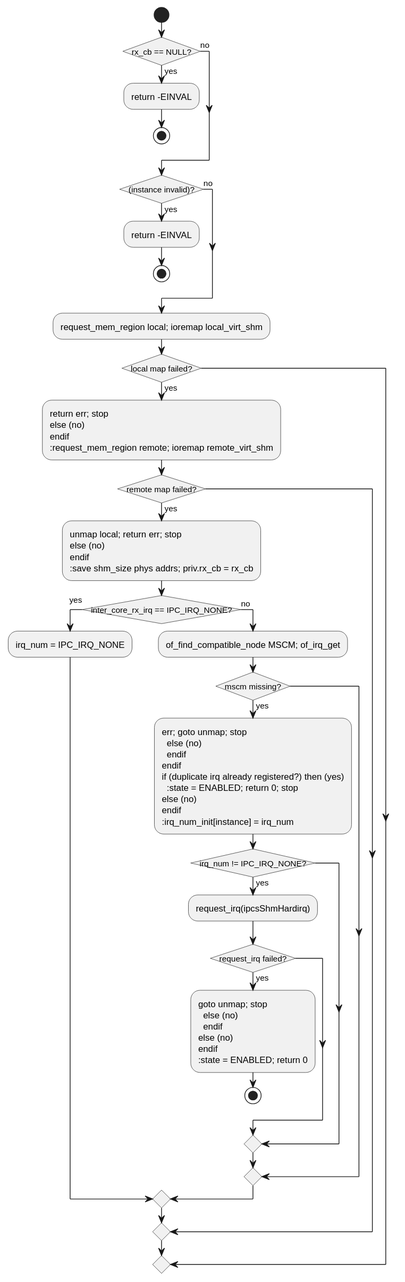
Earlier version of the PlantUML export c1_sdd_linux-ipcs/cursor_tmp/flow_svgs/linux_6_3_3_ipcsOsInit.svg (Mastang1/sad_sdd_proj).
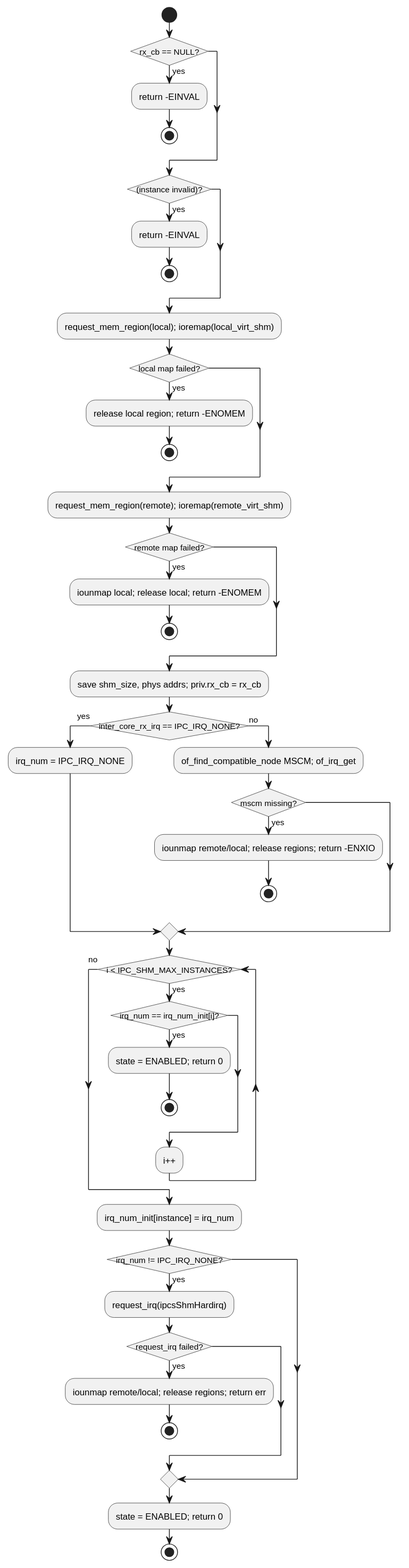
The same diagram one commit later.

Diff of the diagram source:
```diff
@@ -6,45 +6,45 @@
 if (rx_cb == NULL?) then (yes)
   :return -EINVAL;
   stop
-else (no)
 endif
 if ((instance invalid)?) then (yes)
   :return -EINVAL;
   stop
-else (no)
 endif
-:request_mem_region local; ioremap local_virt_shm;
+:request_mem_region(local); ioremap(local_virt_shm);
 if (local map failed?) then (yes)
-  :return err; stop
-else (no)
+  :release local region; return -ENOMEM;
+  stop
 endif
-:request_mem_region remote; ioremap remote_virt_shm;
+:request_mem_region(remote); ioremap(remote_virt_shm);
 if (remote map failed?) then (yes)
-  :unmap local; return err; stop
-else (no)
+  :iounmap local; release local; return -ENOMEM;
+  stop
 endif
-:save shm_size phys addrs; priv.rx_cb = rx_cb;
+:save shm_size, phys addrs; priv.rx_cb = rx_cb;
 if (inter_core_rx_irq == IPC_IRQ_NONE?) then (yes)
   :irq_num = IPC_IRQ_NONE;
 else (no)
   :of_find_compatible_node MSCM; of_irq_get;
   if (mscm missing?) then (yes)
-    :err; goto unmap; stop
-  else (no)
+    :iounmap remote/local; release regions; return -ENXIO;
+    stop
   endif
 endif
-if (duplicate irq already registered?) then (yes)
-  :state = ENABLED; return 0; stop
-else (no)
-endif
+while (i < IPC_SHM_MAX_INSTANCES?) is (yes)
+  if (irq_num == irq_num_init[i]?) then (yes)
+    :state = ENABLED; return 0;
+    stop
+  endif
+  :i++;
+endwhile (no)
 :irq_num_init[instance] = irq_num;
 if (irq_num != IPC_IRQ_NONE?) then (yes)
   :request_irq(ipcsShmHardirq);
   if (request_irq failed?) then (yes)
-    :goto unmap; stop
-  else (no)
+    :iounmap remote/local; release regions; return err;
+    stop
   endif
-else (no)
 endif
 :state = ENABLED; return 0;
 stop
```
